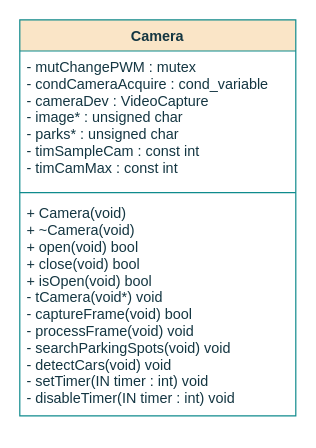
Above: page "classCamera" (4 of 7) of project/report/flowcharts/Sensors.drawio in ESRGgroup9/slipad (draw.io), before the change. Source tidied: cells renumbered, new cells numbered last; positions are measured from the earlier drawing's top-left corner, leaving out a move shared by most shapes. Both pictures are drawn from the tidied source at 120%, with x=0, y=0 at pixel (19, 19).
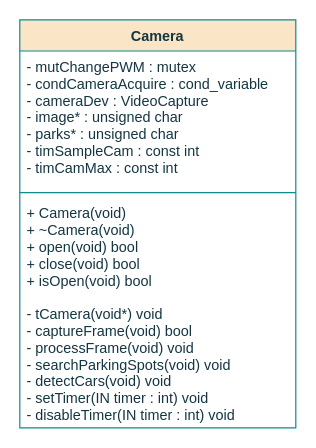
The same diagram, later.

Change to the diagram source:
```diff
@@
 <mxGraphModel>
   <root>
     <mxCell id="0" />
     <mxCell id="1" parent="0" />
     <mxCell id="2" value="Camera" style="swimlane;fontStyle=1;align=center;verticalAlign=top;horizontal=1;startSize=26;fillColor=#FAE5C7;strokeColor=#0F8B8D;fontColor=#143642;" parent="1" vertex="1">
-      <mxGeometry width="230" height="330" as="geometry" />
+      <mxGeometry width="230" height="340" as="geometry" />
     </mxCell>
     <mxCell id="3" value="- mutChangePWM : mutex&#10;- condCameraAcquire : cond_variable&#10;- cameraDev : VideoCapture&#10;- image* : unsigned char&#10;- parks* : unsigned char&#10;- timSampleCam : const int&#10;- timCamMax : const int &#10;&#10;&#10;" style="text;strokeColor=none;fillColor=none;align=left;verticalAlign=top;spacingLeft=4;spacingRight=4;overflow=hidden;fontColor=#143642;" parent="2" vertex="1">
       <mxGeometry y="26" width="230" height="114" as="geometry" />
     </mxCell>
     <mxCell id="4" style="line;strokeWidth=1;fillColor=none;align=left;verticalAlign=middle;spacingTop=-1;spacingLeft=3;spacingRight=3;labelPosition=right;labelBackgroundColor=#DAD2D8;strokeColor=#0F8B8D;fontColor=#143642;" parent="2" vertex="1">
       <mxGeometry y="140" width="230" height="8" as="geometry" />
     </mxCell>
-    <mxCell id="5" value="+ Camera(void)&#10;+ ~Camera(void)&#10;+ open(void) bool&#10;+ close(void) bool&#10;+ isOpen(void) bool&#10;- tCamera(void*) void&#10;- captureFrame(void) bool&#10;- processFrame(void) void&#10;- searchParkingSpots(void) void&#10;- detectCars(void) void&#10;- setTimer(IN timer : int) void&#10;- disableTimer(IN timer : int) void" style="text;strokeColor=none;fillColor=none;align=left;verticalAlign=top;spacingLeft=4;spacingRight=4;overflow=hidden;fontColor=#143642;spacing=2;fontStyle=0;" parent="2" vertex="1">
-      <mxGeometry y="148" width="230" height="182" as="geometry" />
+    <mxCell id="5" value="+ Camera(void)&#10;+ ~Camera(void)&#10;+ open(void) bool&#10;+ close(void) bool&#10;+ isOpen(void) bool&#10;&#10;- tCamera(void*) void&#10;- captureFrame(void) bool&#10;- processFrame(void) void&#10;- searchParkingSpots(void) void&#10;- detectCars(void) void&#10;- setTimer(IN timer : int) void&#10;- disableTimer(IN timer : int) void" style="text;strokeColor=none;fillColor=none;align=left;verticalAlign=top;spacingLeft=4;spacingRight=4;overflow=hidden;fontColor=#143642;spacing=2;fontStyle=0;" parent="2" vertex="1">
+      <mxGeometry y="148" width="230" height="192" as="geometry" />
     </mxCell>
   </root>
 </mxGraphModel>
```
